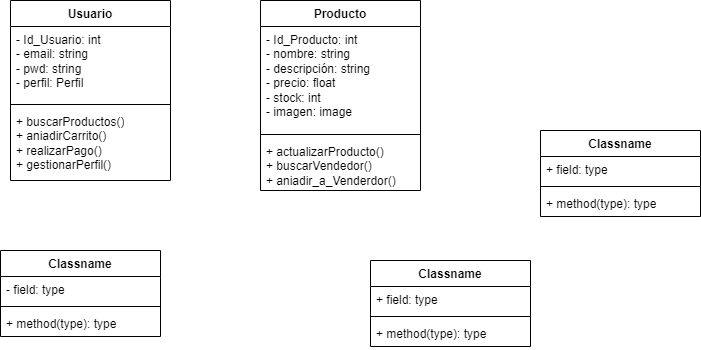
Above: Diagrama_clases.png in OscarELCRACK17/imagen (draw.io), before the change. Source tidied: cells renumbered, new cells last; positions are measured from the earlier drawing's top-left corner, leaving out a move shared by most shapes.
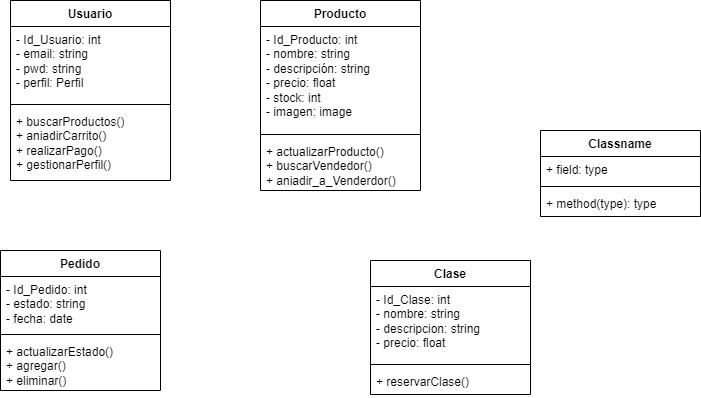
The same diagram one commit later.

Change to the diagram source:
```diff
@@ -26,29 +26,29 @@
     <mxCell id="9" value="+ method(type): type" style="text;strokeColor=none;fillColor=none;align=left;verticalAlign=top;spacingLeft=4;spacingRight=4;overflow=hidden;whiteSpace=wrap;html=1;" parent="6" vertex="1">
       <mxGeometry y="60" width="160" height="26" as="geometry" />
     </mxCell>
-    <mxCell id="10" value="Classname" style="swimlane;fontStyle=1;align=center;verticalAlign=top;horizontal=1;startSize=26;whiteSpace=wrap;html=1;" parent="1" vertex="1">
-      <mxGeometry y="250" width="160" height="86" as="geometry" />
+    <mxCell id="10" value="Pedido" style="swimlane;fontStyle=1;align=center;verticalAlign=top;horizontal=1;startSize=26;whiteSpace=wrap;html=1;" parent="1" vertex="1">
+      <mxGeometry y="250" width="160" height="140" as="geometry" />
     </mxCell>
-    <mxCell id="11" value="- field: type" style="text;strokeColor=none;fillColor=none;align=left;verticalAlign=top;spacingLeft=4;spacingRight=4;overflow=hidden;whiteSpace=wrap;html=1;" parent="10" vertex="1">
-      <mxGeometry y="26" width="160" height="26" as="geometry" />
+    <mxCell id="11" value="- Id_Pedido: int&lt;br&gt;- estado: string&lt;br&gt;- fecha: date" style="text;strokeColor=none;fillColor=none;align=left;verticalAlign=top;spacingLeft=4;spacingRight=4;overflow=hidden;whiteSpace=wrap;html=1;" parent="10" vertex="1">
+      <mxGeometry y="26" width="160" height="54" as="geometry" />
     </mxCell>
     <mxCell id="12" style="line;strokeWidth=1;fillColor=none;align=left;verticalAlign=middle;spacingTop=-1;spacingLeft=3;spacingRight=3;labelPosition=right;strokeColor=inherit;" parent="10" vertex="1">
-      <mxGeometry y="52" width="160" height="8" as="geometry" />
+      <mxGeometry y="80" width="160" height="8" as="geometry" />
     </mxCell>
-    <mxCell id="13" value="+ method(type): type" style="text;strokeColor=none;fillColor=none;align=left;verticalAlign=top;spacingLeft=4;spacingRight=4;overflow=hidden;whiteSpace=wrap;html=1;" parent="10" vertex="1">
-      <mxGeometry y="60" width="160" height="26" as="geometry" />
+    <mxCell id="13" value="+ actualizarEstado()&lt;br&gt;+ agregar()&lt;br&gt;+ eliminar()" style="text;strokeColor=none;fillColor=none;align=left;verticalAlign=top;spacingLeft=4;spacingRight=4;overflow=hidden;whiteSpace=wrap;html=1;" parent="10" vertex="1">
+      <mxGeometry y="88" width="160" height="52" as="geometry" />
     </mxCell>
-    <mxCell id="14" value="Classname" style="swimlane;fontStyle=1;align=center;verticalAlign=top;horizontal=1;startSize=26;whiteSpace=wrap;html=1;" parent="1" vertex="1">
-      <mxGeometry x="370" y="260" width="160" height="86" as="geometry" />
+    <mxCell id="14" value="Clase" style="swimlane;fontStyle=1;align=center;verticalAlign=top;horizontal=1;startSize=26;whiteSpace=wrap;html=1;" parent="1" vertex="1">
+      <mxGeometry x="370" y="260" width="160" height="134" as="geometry" />
     </mxCell>
-    <mxCell id="15" value="+ field: type" style="text;strokeColor=none;fillColor=none;align=left;verticalAlign=top;spacingLeft=4;spacingRight=4;overflow=hidden;whiteSpace=wrap;html=1;" parent="14" vertex="1">
-      <mxGeometry y="26" width="160" height="26" as="geometry" />
+    <mxCell id="15" value="- Id_Clase: int&lt;br&gt;- nombre: string&lt;br&gt;- descripcion: string&lt;br&gt;- precio: float" style="text;strokeColor=none;fillColor=none;align=left;verticalAlign=top;spacingLeft=4;spacingRight=4;overflow=hidden;whiteSpace=wrap;html=1;" parent="14" vertex="1">
+      <mxGeometry y="26" width="160" height="74" as="geometry" />
     </mxCell>
     <mxCell id="16" style="line;strokeWidth=1;fillColor=none;align=left;verticalAlign=middle;spacingTop=-1;spacingLeft=3;spacingRight=3;labelPosition=right;strokeColor=inherit;" parent="14" vertex="1">
-      <mxGeometry y="52" width="160" height="8" as="geometry" />
+      <mxGeometry y="100" width="160" height="8" as="geometry" />
     </mxCell>
-    <mxCell id="17" value="+ method(type): type" style="text;strokeColor=none;fillColor=none;align=left;verticalAlign=top;spacingLeft=4;spacingRight=4;overflow=hidden;whiteSpace=wrap;html=1;" parent="14" vertex="1">
-      <mxGeometry y="60" width="160" height="26" as="geometry" />
+    <mxCell id="17" value="+ reservarClase()" style="text;strokeColor=none;fillColor=none;align=left;verticalAlign=top;spacingLeft=4;spacingRight=4;overflow=hidden;whiteSpace=wrap;html=1;" parent="14" vertex="1">
+      <mxGeometry y="108" width="160" height="26" as="geometry" />
     </mxCell>
     <mxCell id="18" value="Producto" style="swimlane;fontStyle=1;align=center;verticalAlign=top;horizontal=1;startSize=26;whiteSpace=wrap;html=1;" parent="1" vertex="1">
       <mxGeometry x="260" width="160" height="190" as="geometry" />
```
